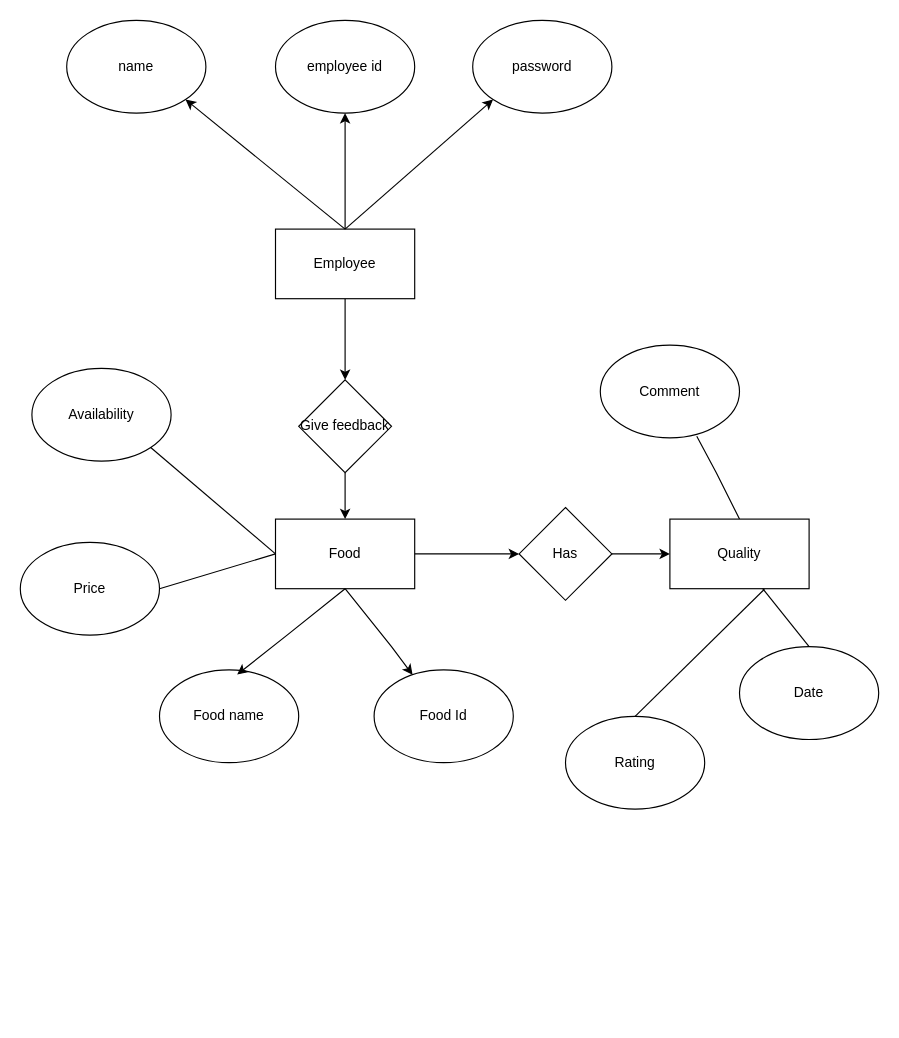
The draw.io diagram ER diagram.drawio in Tarkeshwar-kumar/food-recommendation-system, before the edit. Source tidied: cells renumbered, new cells numbered last; positions are measured from the earlier drawing's top-left corner, leaving out a move shared by most shapes. Both pictures are drawn from the tidied source at 116%, with x=0, y=0 at pixel (20, 20).
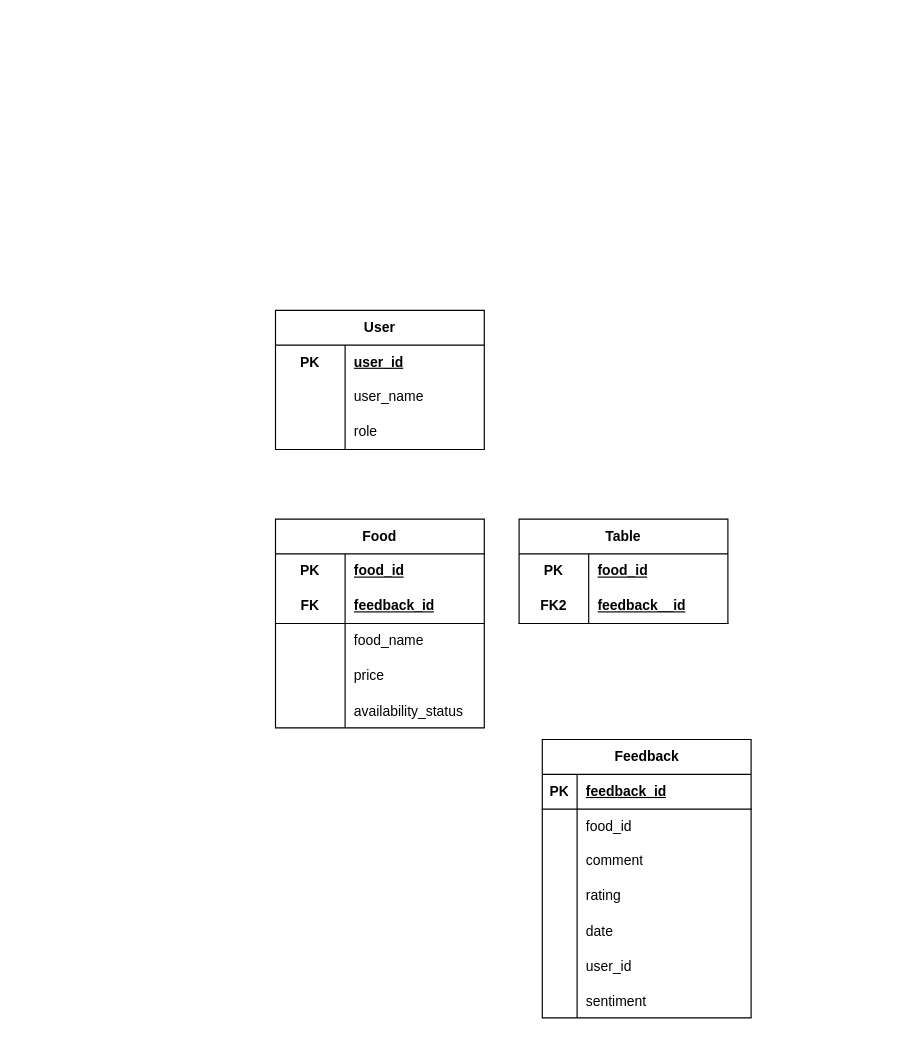
After the change.

The edit, as a diff of the source:
```diff
@@
-    <mxCell id="2" style="edgeStyle=orthogonalEdgeStyle;rounded=0;jettySize=auto;html=1;exitX=0.5;exitY=0;exitDx=0;exitDy=0;entryX=0.5;entryY=1;entryDx=0;entryDy=0;" parent="1" edge="1" source="4" target="5">
-      <mxGeometry relative="1" as="geometry" />
-    </mxCell>
-    <mxCell id="3" style="edgeStyle=orthogonalEdgeStyle;rounded=0;jettySize=auto;html=1;" parent="1" edge="1" source="4" target="11">
-      <mxGeometry relative="1" as="geometry" />
-    </mxCell>
-    <mxCell id="4" value="Employee" style="rounded=0;whiteSpace=wrap;html=1;" parent="1" vertex="1">
-      <mxGeometry x="220" y="180" width="120" height="60" as="geometry" />
-    </mxCell>
-    <mxCell id="5" value="employee id" style="ellipse;whiteSpace=wrap;html=1;" parent="1" vertex="1">
-      <mxGeometry x="220" width="120" height="80" as="geometry" />
-    </mxCell>
-    <mxCell id="6" value="name" style="ellipse;whiteSpace=wrap;html=1;" parent="1" vertex="1">
-      <mxGeometry x="40" width="120" height="80" as="geometry" />
-    </mxCell>
-    <mxCell id="7" value="password" style="ellipse;whiteSpace=wrap;html=1;" parent="1" vertex="1">
-      <mxGeometry x="390" width="120" height="80" as="geometry" />
-    </mxCell>
-    <mxCell id="8" style="endArrow=classic;html=1;rounded=0;entryX=0;entryY=1;entryDx=0;entryDy=0;" parent="1" edge="1" target="7">
-      <mxGeometry relative="1" as="geometry">
-        <mxPoint x="280" y="180" as="sourcePoint" />
-      </mxGeometry>
-    </mxCell>
-    <mxCell id="9" style="endArrow=classic;html=1;rounded=0;entryX=1;entryY=1;entryDx=0;entryDy=0;" parent="1" edge="1" target="6">
-      <mxGeometry relative="1" as="geometry">
-        <mxPoint x="280" y="180" as="sourcePoint" />
-      </mxGeometry>
-    </mxCell>
-    <mxCell id="10" style="edgeStyle=orthogonalEdgeStyle;rounded=0;jettySize=auto;html=1;entryX=0.5;entryY=0;entryDx=0;entryDy=0;" parent="1" edge="1" source="11" target="13">
-      <mxGeometry relative="1" as="geometry" />
-    </mxCell>
-    <mxCell id="11" value="Give feedback" style="rhombus;whiteSpace=wrap;html=1;rounded=0;" parent="1" vertex="1">
-      <mxGeometry x="240" y="310" width="80" height="80" as="geometry" />
-    </mxCell>
-    <mxCell id="12" style="edgeStyle=orthogonalEdgeStyle;rounded=0;jettySize=auto;html=1;exitX=1;exitY=0.5;exitDx=0;exitDy=0;" parent="1" edge="1" source="13" target="20">
-      <mxGeometry relative="1" as="geometry" />
-    </mxCell>
+    <mxCell id="31" value="User" style="shape=table;startSize=30;childLayout=tableLayout;rowLines=0;fontStyle=1;align=center;html=1;whiteSpace=wrap;" parent="1" vertex="1">
+      <mxGeometry x="220" y="250" width="180" height="120" as="geometry" />
+    </mxCell>
+    <mxCell id="32" style="shape=tableRow;horizontal=0;startSize=0;swimlaneHead=0;swimlaneBody=0;fillColor=none;top=0;left=0;right=0;bottom=0;html=1;" parent="31" vertex="1">
+      <mxGeometry y="30" width="180" height="30" as="geometry" />
+    </mxCell>
+    <mxCell id="33" value="PK" style="shape=partialRectangle;fillColor=none;top=0;left=0;bottom=0;right=0;fontStyle=1;overflow=hidden;html=1;whiteSpace=wrap;" parent="32" vertex="1">
+      <mxGeometry width="60" height="30" as="geometry" />
+    </mxCell>
+    <mxCell id="34" value="user_id" style="shape=partialRectangle;fillColor=none;top=0;left=0;bottom=0;right=0;align=left;spacingLeft=6;fontStyle=5;overflow=hidden;html=1;whiteSpace=wrap;" parent="32" vertex="1">
+      <mxGeometry x="60" width="120" height="30" as="geometry" />
+    </mxCell>
+    <mxCell id="35" style="shape=tableRow;horizontal=0;startSize=0;swimlaneHead=0;swimlaneBody=0;fillColor=none;top=0;left=0;right=0;bottom=0;html=1;" parent="31" vertex="1">
+      <mxGeometry y="60" width="180" height="30" as="geometry" />
+    </mxCell>
+    <mxCell id="36" style="shape=partialRectangle;fillColor=none;top=0;left=0;bottom=0;right=0;overflow=hidden;html=1;whiteSpace=wrap;" parent="35" vertex="1">
+      <mxGeometry width="60" height="30" as="geometry" />
+    </mxCell>
+    <mxCell id="37" value="user_name" style="shape=partialRectangle;fillColor=none;top=0;left=0;bottom=0;right=0;align=left;spacingLeft=6;overflow=hidden;html=1;whiteSpace=wrap;" parent="35" vertex="1">
+      <mxGeometry x="60" width="120" height="30" as="geometry" />
+    </mxCell>
+    <mxCell id="38" style="shape=tableRow;horizontal=0;startSize=0;swimlaneHead=0;swimlaneBody=0;fillColor=none;top=0;left=0;right=0;bottom=0;html=1;" parent="31" vertex="1">
+      <mxGeometry y="90" width="180" height="30" as="geometry" />
+    </mxCell>
+    <mxCell id="39" style="shape=partialRectangle;fillColor=none;top=0;left=0;bottom=0;right=0;overflow=hidden;html=1;whiteSpace=wrap;" parent="38" vertex="1">
+      <mxGeometry width="60" height="30" as="geometry" />
+    </mxCell>
+    <mxCell id="40" value="role" style="shape=partialRectangle;fillColor=none;top=0;left=0;bottom=0;right=0;align=left;spacingLeft=6;overflow=hidden;html=1;whiteSpace=wrap;" parent="38" vertex="1">
+      <mxGeometry x="60" width="120" height="30" as="geometry" />
+    </mxCell>
-    <mxCell id="13" value="Food" style="rounded=0;whiteSpace=wrap;html=1;" parent="1" vertex="1">
-      <mxGeometry x="220" y="430" width="120" height="60" as="geometry" />
+    <mxCell id="13" value="Food" style="shape=table;startSize=30;childLayout=tableLayout;rowLines=0;fontStyle=1;align=center;html=1;whiteSpace=wrap;" parent="1" vertex="1">
+      <mxGeometry x="220" y="430" width="180" height="180" as="geometry" />
     </mxCell>
-    <mxCell id="14" value="Food name" style="ellipse;whiteSpace=wrap;html=1;" parent="1" vertex="1">
-      <mxGeometry x="120" y="560" width="120" height="80" as="geometry" />
-    </mxCell>
-    <mxCell id="15" value="Food Id" style="ellipse;whiteSpace=wrap;html=1;" parent="1" vertex="1">
-      <mxGeometry x="305" y="560" width="120" height="80" as="geometry" />
-    </mxCell>
-    <mxCell id="16" style="endArrow=classic;html=1;rounded=0;entryX=0.558;entryY=0.05;entryDx=0;entryDy=0;entryPerimeter=0;exitX=0.5;exitY=1;exitDx=0;exitDy=0;" parent="1" edge="1" source="13" target="14">
-      <mxGeometry relative="1" as="geometry">
-        <Array as="points">
-          <mxPoint x="230" y="530" />
-        </Array>
-      </mxGeometry>
-    </mxCell>
-    <mxCell id="17" style="endArrow=classic;html=1;rounded=0;" parent="1" edge="1" target="15">
-      <mxGeometry relative="1" as="geometry">
-        <mxPoint x="280" y="490" as="sourcePoint" />
-        <Array as="points">
-          <mxPoint x="320" y="540" />
-        </Array>
-      </mxGeometry>
-    </mxCell>
-    <mxCell id="18" value="Comment" style="ellipse;whiteSpace=wrap;html=1;" parent="1" vertex="1">
-      <mxGeometry x="500" y="280" width="120" height="80" as="geometry" />
-    </mxCell>
-    <mxCell id="19" style="edgeStyle=orthogonalEdgeStyle;rounded=0;jettySize=auto;html=1;entryX=0;entryY=0.5;entryDx=0;entryDy=0;" parent="1" edge="1" source="20" target="21">
-      <mxGeometry relative="1" as="geometry" />
-    </mxCell>
-    <mxCell id="20" value="Has" style="rhombus;whiteSpace=wrap;html=1;" parent="1" vertex="1">
-      <mxGeometry x="430" y="420" width="80" height="80" as="geometry" />
-    </mxCell>
-    <mxCell id="21" value="Quality" style="rounded=0;whiteSpace=wrap;html=1;" parent="1" vertex="1">
-      <mxGeometry x="560" y="430" width="120" height="60" as="geometry" />
-    </mxCell>
-    <mxCell id="22" value="Rating" style="ellipse;whiteSpace=wrap;html=1;" parent="1" vertex="1">
-      <mxGeometry x="470" y="600" width="120" height="80" as="geometry" />
-    </mxCell>
-    <mxCell id="23" value="Date" style="ellipse;whiteSpace=wrap;html=1;" parent="1" vertex="1">
-      <mxGeometry x="620" y="540" width="120" height="80" as="geometry" />
-    </mxCell>
-    <mxCell id="24" style="endArrow=none;html=1;rounded=0;entryX=0.693;entryY=0.982;entryDx=0;entryDy=0;entryPerimeter=0;" parent="1" edge="1" target="18">
-      <mxGeometry relative="1" as="geometry">
-        <mxPoint x="620" y="430" as="sourcePoint" />
-        <Array as="points">
-          <mxPoint x="600" y="390" />
-        </Array>
-      </mxGeometry>
-    </mxCell>
-    <mxCell id="25" style="endArrow=none;html=1;rounded=0;entryX=0.679;entryY=1.008;entryDx=0;entryDy=0;entryPerimeter=0;" parent="1" edge="1" target="21">
-      <mxGeometry relative="1" as="geometry">
-        <mxPoint x="530" y="600" as="sourcePoint" />
-      </mxGeometry>
-    </mxCell>
-    <mxCell id="26" style="endArrow=none;html=1;rounded=0;exitX=0.5;exitY=0;exitDx=0;exitDy=0;" parent="1" edge="1" source="23">
-      <mxGeometry relative="1" as="geometry">
-        <mxPoint x="640" y="490" as="targetPoint" />
-      </mxGeometry>
-    </mxCell>
-    <mxCell id="27" value="Availability" style="ellipse;whiteSpace=wrap;html=1;" parent="1" vertex="1">
-      <mxGeometry x="10" y="300" width="120" height="80" as="geometry" />
-    </mxCell>
-    <mxCell id="28" value="Price" style="ellipse;whiteSpace=wrap;html=1;" parent="1" vertex="1">
-      <mxGeometry y="450" width="120" height="80" as="geometry" />
-    </mxCell>
-    <mxCell id="29" style="endArrow=none;html=1;rounded=0;entryX=0;entryY=0.5;entryDx=0;entryDy=0;" parent="1" edge="1" target="13">
-      <mxGeometry relative="1" as="geometry">
-        <mxPoint x="120" y="490" as="sourcePoint" />
-      </mxGeometry>
-    </mxCell>
-    <mxCell id="30" style="endArrow=none;html=1;rounded=0;exitX=1;exitY=1;exitDx=0;exitDy=0;entryX=0;entryY=0.5;entryDx=0;entryDy=0;" parent="1" edge="1" source="27" target="13">
-      <mxGeometry relative="1" as="geometry" />
-    </mxCell>
+    <mxCell id="41" style="shape=tableRow;horizontal=0;startSize=0;swimlaneHead=0;swimlaneBody=0;fillColor=none;top=0;left=0;right=0;bottom=0;html=1;" parent="13" vertex="1">
+      <mxGeometry y="30" width="180" height="30" as="geometry" />
+    </mxCell>
+    <mxCell id="42" value="PK" style="shape=partialRectangle;fillColor=none;top=0;left=0;bottom=0;right=0;fontStyle=1;overflow=hidden;html=1;whiteSpace=wrap;" parent="41" vertex="1">
+      <mxGeometry width="60" height="30" as="geometry" />
+    </mxCell>
+    <mxCell id="43" value="food_id" style="shape=partialRectangle;fillColor=none;top=0;left=0;bottom=0;right=0;align=left;spacingLeft=6;fontStyle=5;overflow=hidden;html=1;whiteSpace=wrap;" parent="41" vertex="1">
+      <mxGeometry x="60" width="120" height="30" as="geometry" />
+    </mxCell>
+    <mxCell id="44" style="shape=tableRow;horizontal=0;startSize=0;swimlaneHead=0;swimlaneBody=0;fillColor=none;top=0;left=0;right=0;bottom=1;html=1;" parent="13" vertex="1">
+      <mxGeometry y="60" width="180" height="30" as="geometry" />
+    </mxCell>
+    <mxCell id="45" value="FK" style="shape=partialRectangle;fillColor=none;top=0;left=0;bottom=0;right=0;fontStyle=1;overflow=hidden;html=1;whiteSpace=wrap;" parent="44" vertex="1">
+      <mxGeometry width="60" height="30" as="geometry" />
+    </mxCell>
+    <mxCell id="46" value="feedback_id" style="shape=partialRectangle;fillColor=none;top=0;left=0;bottom=0;right=0;align=left;spacingLeft=6;fontStyle=5;overflow=hidden;html=1;whiteSpace=wrap;" parent="44" vertex="1">
+      <mxGeometry x="60" width="120" height="30" as="geometry" />
+    </mxCell>
+    <mxCell id="47" style="shape=tableRow;horizontal=0;startSize=0;swimlaneHead=0;swimlaneBody=0;fillColor=none;top=0;left=0;right=0;bottom=0;html=1;" parent="13" vertex="1">
+      <mxGeometry y="90" width="180" height="30" as="geometry" />
+    </mxCell>
+    <mxCell id="48" style="shape=partialRectangle;fillColor=none;top=0;left=0;bottom=0;right=0;overflow=hidden;html=1;whiteSpace=wrap;" parent="47" vertex="1">
+      <mxGeometry width="60" height="30" as="geometry" />
+    </mxCell>
+    <mxCell id="49" value="food_name" style="shape=partialRectangle;fillColor=none;top=0;left=0;bottom=0;right=0;align=left;spacingLeft=6;overflow=hidden;html=1;whiteSpace=wrap;" parent="47" vertex="1">
+      <mxGeometry x="60" width="120" height="30" as="geometry" />
+    </mxCell>
+    <mxCell id="50" style="shape=tableRow;horizontal=0;startSize=0;swimlaneHead=0;swimlaneBody=0;fillColor=none;top=0;left=0;right=0;bottom=0;html=1;" parent="13" vertex="1">
+      <mxGeometry y="120" width="180" height="30" as="geometry" />
+    </mxCell>
+    <mxCell id="51" style="shape=partialRectangle;fillColor=none;top=0;left=0;bottom=0;right=0;overflow=hidden;html=1;whiteSpace=wrap;" parent="50" vertex="1">
+      <mxGeometry width="60" height="30" as="geometry" />
+    </mxCell>
+    <mxCell id="52" value="price" style="shape=partialRectangle;fillColor=none;top=0;left=0;bottom=0;right=0;align=left;spacingLeft=6;overflow=hidden;html=1;whiteSpace=wrap;" parent="50" vertex="1">
+      <mxGeometry x="60" width="120" height="30" as="geometry" />
+    </mxCell>
+    <mxCell id="53" style="shape=tableRow;horizontal=0;startSize=0;swimlaneHead=0;swimlaneBody=0;fillColor=none;top=0;left=0;right=0;bottom=0;" parent="13" vertex="1">
+      <mxGeometry y="150" width="180" height="30" as="geometry" />
+    </mxCell>
+    <mxCell id="54" style="shape=partialRectangle;fillColor=none;top=0;left=0;bottom=0;right=0;overflow=hidden;" parent="53" vertex="1">
+      <mxGeometry width="60" height="30" as="geometry" />
+    </mxCell>
+    <mxCell id="55" value="availability_status" style="shape=partialRectangle;fillColor=none;top=0;left=0;bottom=0;right=0;align=left;spacingLeft=6;overflow=hidden;" parent="53" vertex="1">
+      <mxGeometry x="60" width="120" height="30" as="geometry" />
+    </mxCell>
+    <mxCell id="56" value="Table" style="shape=table;startSize=30;childLayout=tableLayout;rowLines=0;fontStyle=1;align=center;html=1;whiteSpace=wrap;" parent="1" vertex="1">
+      <mxGeometry x="430" y="430" width="180" height="90" as="geometry" />
+    </mxCell>
+    <mxCell id="57" style="shape=tableRow;horizontal=0;startSize=0;swimlaneHead=0;swimlaneBody=0;fillColor=none;top=0;left=0;right=0;bottom=0;html=1;" parent="56" vertex="1">
+      <mxGeometry y="30" width="180" height="30" as="geometry" />
+    </mxCell>
+    <mxCell id="58" value="PK" style="shape=partialRectangle;fillColor=none;top=0;left=0;bottom=0;right=0;fontStyle=1;overflow=hidden;html=1;whiteSpace=wrap;" parent="57" vertex="1">
+      <mxGeometry width="60" height="30" as="geometry" />
+    </mxCell>
+    <mxCell id="59" value="food_id" style="shape=partialRectangle;fillColor=none;top=0;left=0;bottom=0;right=0;align=left;spacingLeft=6;fontStyle=5;overflow=hidden;html=1;whiteSpace=wrap;" parent="57" vertex="1">
+      <mxGeometry x="60" width="120" height="30" as="geometry" />
+    </mxCell>
+    <mxCell id="60" style="shape=tableRow;horizontal=0;startSize=0;swimlaneHead=0;swimlaneBody=0;fillColor=none;top=0;left=0;right=0;bottom=1;html=1;" parent="56" vertex="1">
+      <mxGeometry y="60" width="180" height="30" as="geometry" />
+    </mxCell>
+    <mxCell id="61" value="FK2" style="shape=partialRectangle;fillColor=none;top=0;left=0;bottom=0;right=0;fontStyle=1;overflow=hidden;html=1;whiteSpace=wrap;" parent="60" vertex="1">
+      <mxGeometry width="60" height="30" as="geometry" />
+    </mxCell>
+    <mxCell id="62" value="feedback__id" style="shape=partialRectangle;fillColor=none;top=0;left=0;bottom=0;right=0;align=left;spacingLeft=6;fontStyle=5;overflow=hidden;html=1;whiteSpace=wrap;" parent="60" vertex="1">
+      <mxGeometry x="60" width="120" height="30" as="geometry" />
+    </mxCell>
+    <mxCell id="63" value="Feedback" style="shape=table;startSize=30;childLayout=tableLayout;rowLines=0;fontStyle=1;align=center;html=1;" parent="1" vertex="1">
+      <mxGeometry x="450" y="620" width="180" height="240" as="geometry" />
+    </mxCell>
+    <mxCell id="64" style="shape=tableRow;horizontal=0;startSize=0;swimlaneHead=0;swimlaneBody=0;fillColor=none;top=0;left=0;right=0;bottom=1;" parent="63" vertex="1">
+      <mxGeometry y="30" width="180" height="30" as="geometry" />
+    </mxCell>
+    <mxCell id="65" value="PK" style="shape=partialRectangle;fillColor=none;top=0;left=0;bottom=0;right=0;fontStyle=1;overflow=hidden;whiteSpace=wrap;html=1;" parent="64" vertex="1">
+      <mxGeometry width="30" height="30" as="geometry" />
+    </mxCell>
+    <mxCell id="66" value="feedback_id" style="shape=partialRectangle;fillColor=none;top=0;left=0;bottom=0;right=0;align=left;spacingLeft=6;fontStyle=5;overflow=hidden;whiteSpace=wrap;html=1;" parent="64" vertex="1">
+      <mxGeometry x="30" width="150" height="30" as="geometry" />
+    </mxCell>
+    <mxCell id="67" style="shape=tableRow;horizontal=0;startSize=0;swimlaneHead=0;swimlaneBody=0;fillColor=none;top=0;left=0;right=0;bottom=0;" parent="63" vertex="1">
+      <mxGeometry y="60" width="180" height="30" as="geometry" />
+    </mxCell>
+    <mxCell id="68" style="shape=partialRectangle;fillColor=none;top=0;left=0;bottom=0;right=0;overflow=hidden;whiteSpace=wrap;html=1;" parent="67" vertex="1">
+      <mxGeometry width="30" height="30" as="geometry" />
+    </mxCell>
+    <mxCell id="69" value="food_id" style="shape=partialRectangle;fillColor=none;top=0;left=0;bottom=0;right=0;align=left;spacingLeft=6;overflow=hidden;whiteSpace=wrap;html=1;" parent="67" vertex="1">
+      <mxGeometry x="30" width="150" height="30" as="geometry" />
+    </mxCell>
+    <mxCell id="70" style="shape=tableRow;horizontal=0;startSize=0;swimlaneHead=0;swimlaneBody=0;fillColor=none;top=0;left=0;right=0;bottom=0;" parent="63" vertex="1">
+      <mxGeometry y="90" width="180" height="30" as="geometry" />
+    </mxCell>
+    <mxCell id="71" style="shape=partialRectangle;fillColor=none;top=0;left=0;bottom=0;right=0;overflow=hidden;whiteSpace=wrap;html=1;" parent="70" vertex="1">
+      <mxGeometry width="30" height="30" as="geometry" />
+    </mxCell>
+    <mxCell id="72" value="comment" style="shape=partialRectangle;fillColor=none;top=0;left=0;bottom=0;right=0;align=left;spacingLeft=6;overflow=hidden;whiteSpace=wrap;html=1;" parent="70" vertex="1">
+      <mxGeometry x="30" width="150" height="30" as="geometry" />
+    </mxCell>
+    <mxCell id="73" style="shape=tableRow;horizontal=0;startSize=0;swimlaneHead=0;swimlaneBody=0;fillColor=none;top=0;left=0;right=0;bottom=0;" parent="63" vertex="1">
+      <mxGeometry y="120" width="180" height="30" as="geometry" />
+    </mxCell>
+    <mxCell id="74" style="shape=partialRectangle;fillColor=none;top=0;left=0;bottom=0;right=0;overflow=hidden;whiteSpace=wrap;html=1;" parent="73" vertex="1">
+      <mxGeometry width="30" height="30" as="geometry" />
+    </mxCell>
+    <mxCell id="75" value="rating" style="shape=partialRectangle;fillColor=none;top=0;left=0;bottom=0;right=0;align=left;spacingLeft=6;overflow=hidden;whiteSpace=wrap;html=1;" parent="73" vertex="1">
+      <mxGeometry x="30" width="150" height="30" as="geometry" />
+    </mxCell>
+    <mxCell id="76" style="shape=tableRow;horizontal=0;startSize=0;swimlaneHead=0;swimlaneBody=0;fillColor=none;top=0;left=0;right=0;bottom=0;" parent="63" vertex="1">
+      <mxGeometry y="150" width="180" height="30" as="geometry" />
+    </mxCell>
+    <mxCell id="77" style="shape=partialRectangle;fillColor=none;top=0;left=0;bottom=0;right=0;overflow=hidden;" parent="76" vertex="1">
+      <mxGeometry width="30" height="30" as="geometry" />
+    </mxCell>
+    <mxCell id="78" value="date" style="shape=partialRectangle;fillColor=none;top=0;left=0;bottom=0;right=0;align=left;spacingLeft=6;overflow=hidden;" parent="76" vertex="1">
+      <mxGeometry x="30" width="150" height="30" as="geometry" />
+    </mxCell>
+    <mxCell id="79" style="shape=tableRow;horizontal=0;startSize=0;swimlaneHead=0;swimlaneBody=0;fillColor=none;top=0;left=0;right=0;bottom=0;" parent="63" vertex="1">
+      <mxGeometry y="180" width="180" height="30" as="geometry" />
+    </mxCell>
+    <mxCell id="80" style="shape=partialRectangle;fillColor=none;top=0;left=0;bottom=0;right=0;overflow=hidden;" parent="79" vertex="1">
+      <mxGeometry width="30" height="30" as="geometry" />
+    </mxCell>
+    <mxCell id="81" value="user_id" style="shape=partialRectangle;fillColor=none;top=0;left=0;bottom=0;right=0;align=left;spacingLeft=6;overflow=hidden;" parent="79" vertex="1">
+      <mxGeometry x="30" width="150" height="30" as="geometry" />
+    </mxCell>
+    <mxCell id="82" style="shape=tableRow;horizontal=0;startSize=0;swimlaneHead=0;swimlaneBody=0;fillColor=none;top=0;left=0;right=0;bottom=0;" parent="63" vertex="1">
+      <mxGeometry y="210" width="180" height="30" as="geometry" />
+    </mxCell>
+    <mxCell id="83" style="shape=partialRectangle;fillColor=none;top=0;left=0;bottom=0;right=0;overflow=hidden;" parent="82" vertex="1">
+      <mxGeometry width="30" height="30" as="geometry" />
+    </mxCell>
+    <mxCell id="84" value="sentiment" style="shape=partialRectangle;fillColor=none;top=0;left=0;bottom=0;right=0;align=left;spacingLeft=6;overflow=hidden;" parent="82" vertex="1">
+      <mxGeometry x="30" width="150" height="30" as="geometry" />
+    </mxCell>
```
